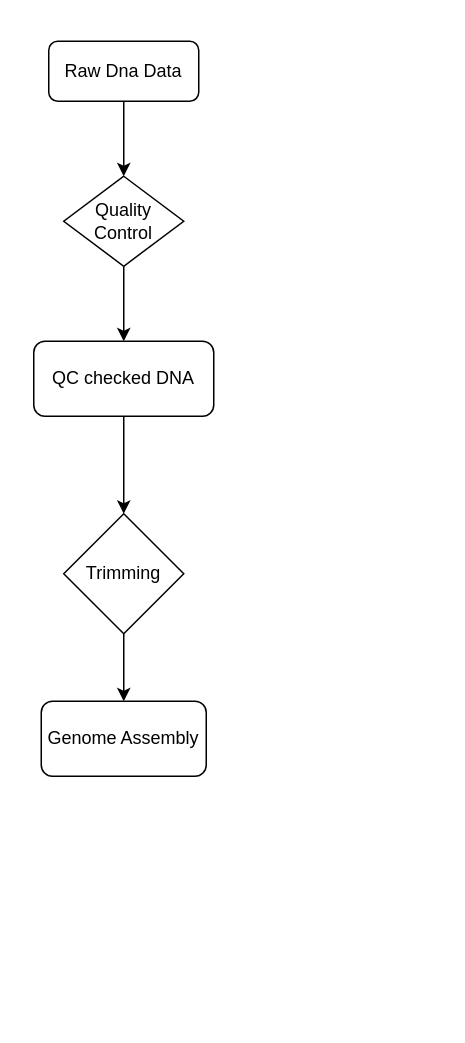
The draw.io diagram Workflow_genome_analysis.drawio in MikeGenes/GenomeProject, before the edit. Source tidied: cells renumbered, new cells numbered last; positions are measured from the earlier drawing's top-left corner, leaving out a move shared by most shapes. Both pictures are drawn from the tidied source at 150%, with x=0, y=0 at pixel (33, 40).
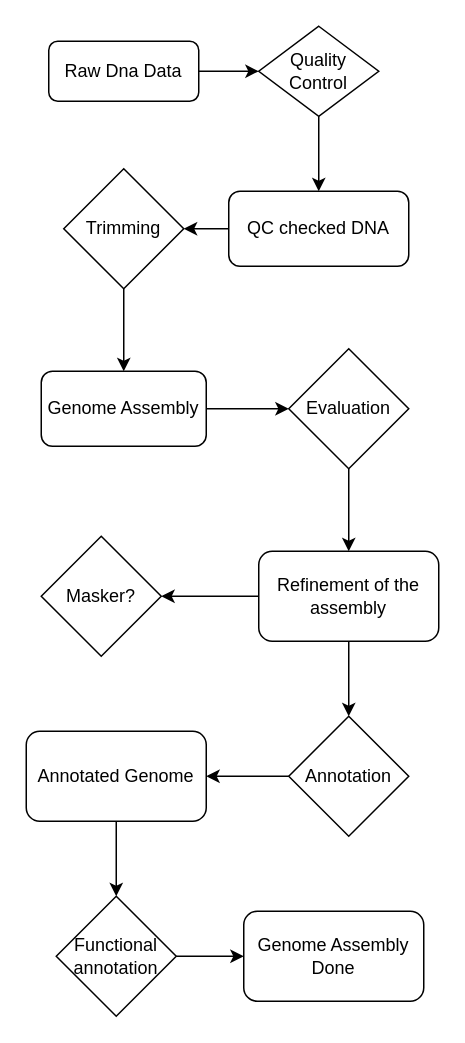
Above is the later version.

Diff of the diagram source:
```diff
@@
     <mxCell id="5" value="Quality Control" style="rhombus;whiteSpace=wrap;html=1;" parent="1" vertex="1">
-      <mxGeometry x="20" y="90" width="80" height="60" as="geometry" />
+      <mxGeometry x="150" y="-10" width="80" height="60" as="geometry" />
     </mxCell>
@@
     <mxCell id="7" value="QC checked DNA" style="rounded=1;whiteSpace=wrap;html=1;" parent="1" vertex="1">
-      <mxGeometry y="200" width="120" height="50" as="geometry" />
+      <mxGeometry x="130" y="100" width="120" height="50" as="geometry" />
     </mxCell>
@@
     <mxCell id="9" value="Trimming" style="rhombus;whiteSpace=wrap;html=1;rounded=0;" parent="1" vertex="1">
-      <mxGeometry x="20" y="315" width="80" height="80" as="geometry" />
+      <mxGeometry x="20" y="85" width="80" height="80" as="geometry" />
     </mxCell>
+    <mxCell id="11" style="edgeStyle=orthogonalEdgeStyle;rounded=0;jettySize=auto;html=1;" parent="1" edge="1" source="10" target="13">
+      <mxGeometry relative="1" as="geometry" />
+    </mxCell>
     <mxCell id="10" value="Genome Assembly" style="rounded=1;whiteSpace=wrap;html=1;" parent="1" vertex="1">
-      <mxGeometry x="5" y="440" width="110" height="50" as="geometry" />
+      <mxGeometry x="5" y="220" width="110" height="50" as="geometry" />
     </mxCell>
+    <mxCell id="12" style="edgeStyle=orthogonalEdgeStyle;rounded=0;jettySize=auto;html=1;" parent="1" edge="1" source="13" target="16">
+      <mxGeometry relative="1" as="geometry" />
+    </mxCell>
+    <mxCell id="13" value="Evaluation" style="rhombus;whiteSpace=wrap;html=1;rounded=0;" parent="1" vertex="1">
+      <mxGeometry x="170" y="205" width="80" height="80" as="geometry" />
+    </mxCell>
+    <mxCell id="14" style="edgeStyle=orthogonalEdgeStyle;rounded=0;jettySize=auto;html=1;" parent="1" edge="1" source="16" target="17">
+      <mxGeometry relative="1" as="geometry" />
+    </mxCell>
+    <mxCell id="15" style="edgeStyle=orthogonalEdgeStyle;rounded=0;jettySize=auto;html=1;" parent="1" edge="1" source="16" target="19">
+      <mxGeometry relative="1" as="geometry" />
+    </mxCell>
+    <mxCell id="16" value="Refinement of the assembly" style="whiteSpace=wrap;html=1;rounded=1;" parent="1" vertex="1">
+      <mxGeometry x="150" y="340" width="120" height="60" as="geometry" />
+    </mxCell>
+    <mxCell id="17" value="Masker?" style="rhombus;whiteSpace=wrap;html=1;" parent="1" vertex="1">
+      <mxGeometry x="5" y="330" width="80" height="80" as="geometry" />
+    </mxCell>
+    <mxCell id="18" style="edgeStyle=orthogonalEdgeStyle;rounded=0;jettySize=auto;html=1;" parent="1" edge="1" source="19" target="21">
+      <mxGeometry relative="1" as="geometry" />
+    </mxCell>
+    <mxCell id="19" value="Annotation" style="rhombus;whiteSpace=wrap;html=1;rounded=0;" parent="1" vertex="1">
+      <mxGeometry x="170" y="450" width="80" height="80" as="geometry" />
+    </mxCell>
+    <mxCell id="20" style="edgeStyle=orthogonalEdgeStyle;rounded=0;jettySize=auto;html=1;" parent="1" edge="1" source="21" target="23">
+      <mxGeometry relative="1" as="geometry" />
+    </mxCell>
+    <mxCell id="21" value="Annotated Genome" style="whiteSpace=wrap;html=1;rounded=1;" parent="1" vertex="1">
+      <mxGeometry x="-5" y="460" width="120" height="60" as="geometry" />
+    </mxCell>
+    <mxCell id="22" style="edgeStyle=orthogonalEdgeStyle;rounded=0;jettySize=auto;html=1;" parent="1" edge="1" source="23" target="24">
+      <mxGeometry relative="1" as="geometry" />
+    </mxCell>
+    <mxCell id="23" value="Functional annotation" style="rhombus;whiteSpace=wrap;html=1;" parent="1" vertex="1">
+      <mxGeometry x="15" y="570" width="80" height="80" as="geometry" />
+    </mxCell>
+    <mxCell id="24" value="Genome Assembly Done" style="rounded=1;whiteSpace=wrap;html=1;" parent="1" vertex="1">
+      <mxGeometry x="140" y="580" width="120" height="60" as="geometry" />
+    </mxCell>
+    <mxCell id="25" style="edgeStyle=none;curved=1;rounded=0;orthogonalLoop=1;jettySize=auto;html=1;exitX=1;exitY=1;exitDx=0;exitDy=0;fontSize=12;startSize=8;endSize=8;" parent="1" edge="1" source="5" target="5">
+      <mxGeometry relative="1" as="geometry" />
+    </mxCell>
```
